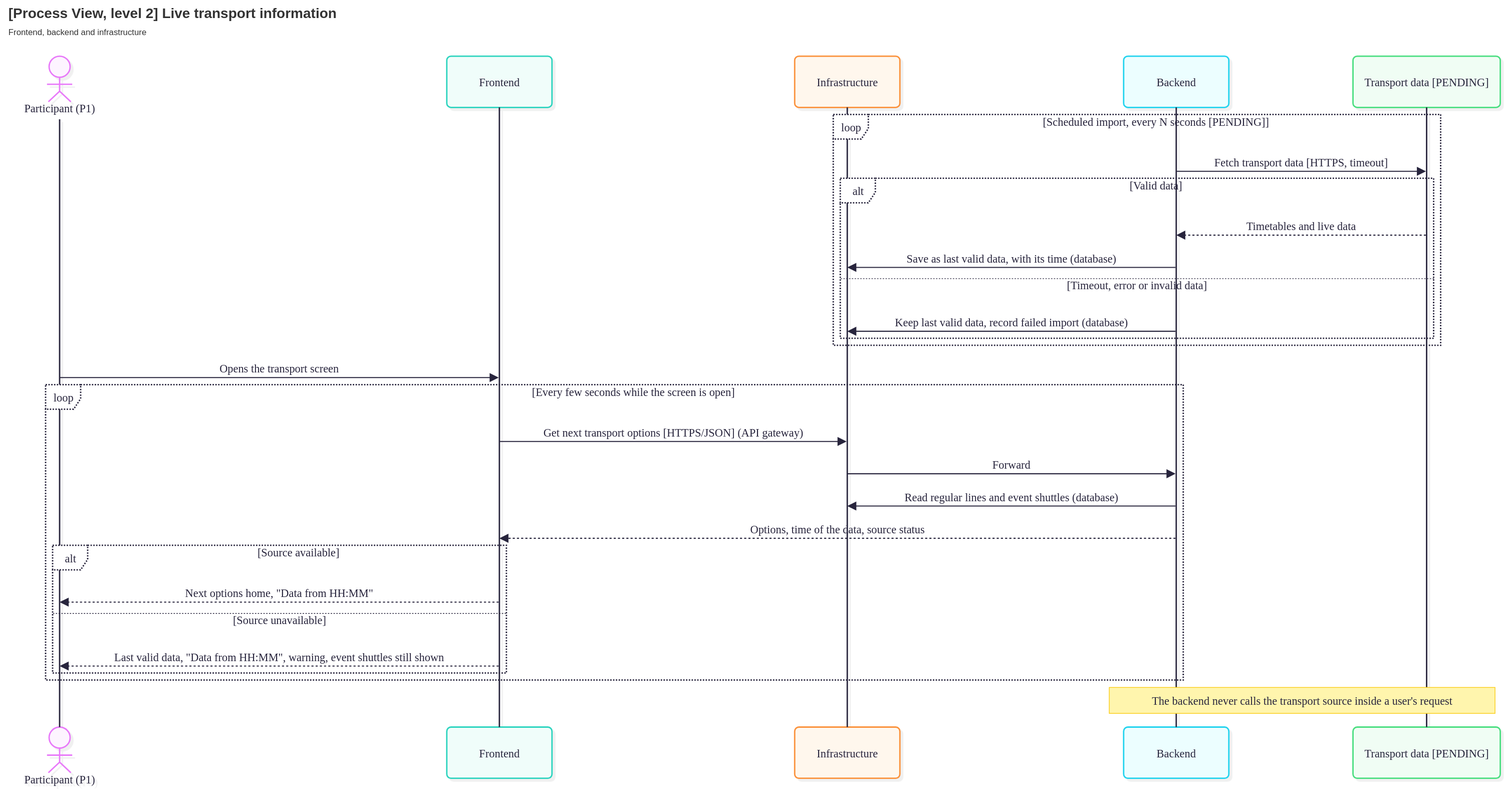
tomasoliveira21/LABDSOF keeps this draw.io diagram as Docs/Technical/diagrams/process-view-level-2-transports.drawio.svg. Above is the earlier version. Source tidied: cells renumbered, new cells last; positions are measured from the earlier drawing's top-left corner, leaving out a move shared by most shapes.
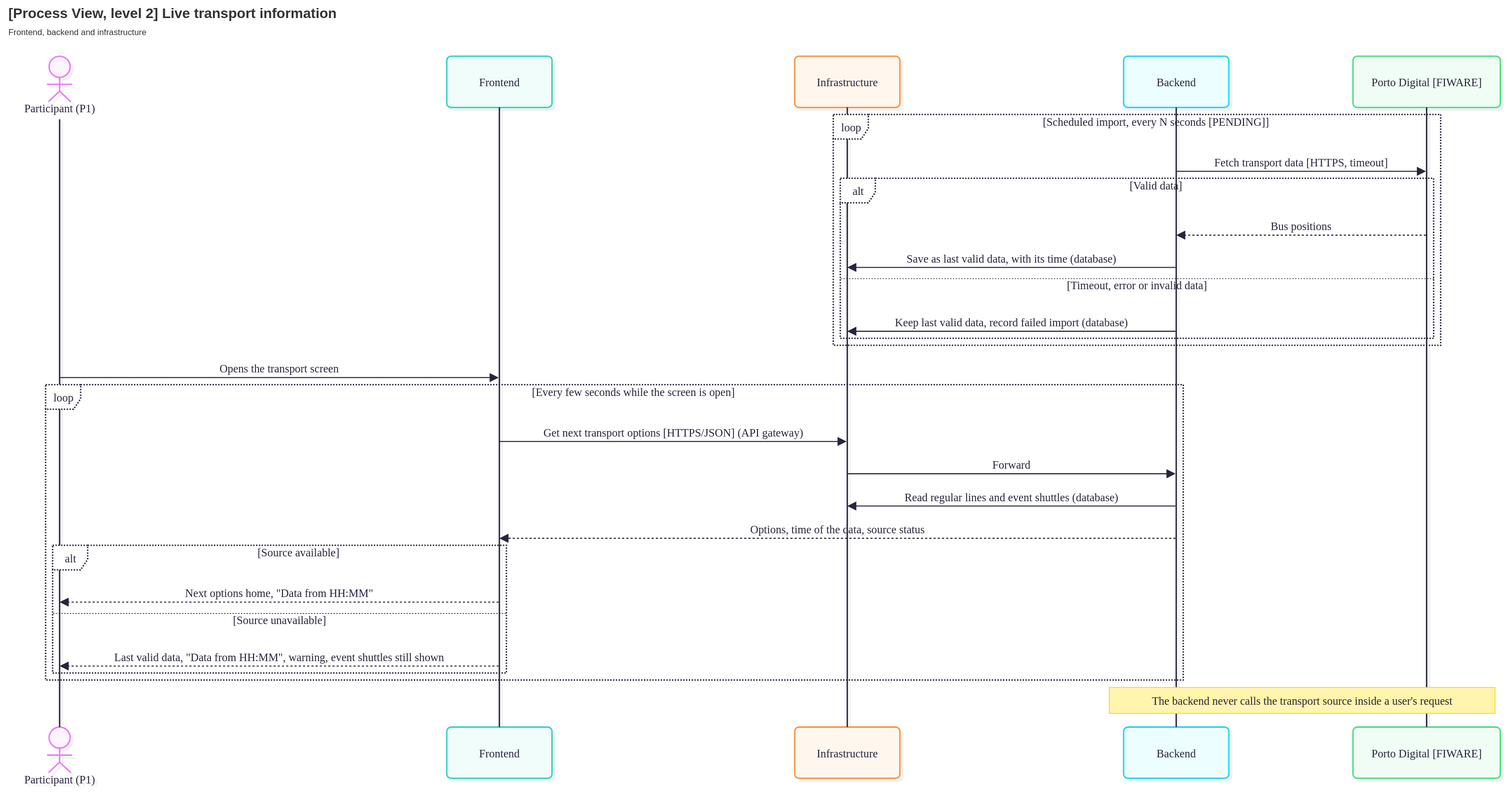
The same diagram one commit later.

The edit, as a diff of the source:
```diff
@@ -17,7 +17,7 @@
     <mxCell id="6" value="Backend" style="html=1;shape=umlLifeline;perimeter=lifelinePerimeter;whiteSpace=wrap;outlineConnect=0;portConstraint=eastwest;newEdgeStyle={&quot;edgeStyle&quot;:&quot;sequenceEdgeStyle&quot;,&quot;libavoidRouting&quot;:0,&quot;curved&quot;:0,&quot;rounded&quot;:0};lifelineDashed=0;strokeWidth=2;rounded=1;absoluteArcSize=1;arcSize=12;lifelineColor=#28253D;fillColor=#ECFEFF;strokeColor=#22D3EE;fontColor=#28253D;size=73;lifelineMirror=1;fontFamily=Recursive;fontSize=16;shadow=1;shadowColor=#000000;shadowOffsetX=4;shadowOffsetY=4;shadowBlur=0;shadowOpacity=6;fontSource=https%3A%2F%2Ffonts.googleapis.com%2Fcss%3Ffamily%3DRecursive;" parent="2" vertex="1">
       <mxGeometry x="1592" width="150" height="1029" as="geometry" />
     </mxCell>
-    <mxCell id="7" value="Transport data [PENDING]" style="html=1;shape=umlLifeline;perimeter=lifelinePerimeter;whiteSpace=wrap;outlineConnect=0;portConstraint=eastwest;newEdgeStyle={&quot;edgeStyle&quot;:&quot;sequenceEdgeStyle&quot;,&quot;libavoidRouting&quot;:0,&quot;curved&quot;:0,&quot;rounded&quot;:0};lifelineDashed=0;strokeWidth=2;rounded=1;absoluteArcSize=1;arcSize=12;lifelineColor=#28253D;fillColor=#F0FDF4;strokeColor=#4ADE80;fontColor=#28253D;size=73;lifelineMirror=1;fontFamily=Recursive;fontSize=16;shadow=1;shadowColor=#000000;shadowOffsetX=4;shadowOffsetY=4;shadowBlur=0;shadowOpacity=6;fontSource=https%3A%2F%2Ffonts.googleapis.com%2Fcss%3Ffamily%3DRecursive;" parent="2" vertex="1">
+    <mxCell id="7" value="Porto Digital [FIWARE]" style="html=1;shape=umlLifeline;perimeter=lifelinePerimeter;whiteSpace=wrap;outlineConnect=0;portConstraint=eastwest;newEdgeStyle={&quot;edgeStyle&quot;:&quot;sequenceEdgeStyle&quot;,&quot;libavoidRouting&quot;:0,&quot;curved&quot;:0,&quot;rounded&quot;:0};lifelineDashed=0;strokeWidth=2;rounded=1;absoluteArcSize=1;arcSize=12;lifelineColor=#28253D;fillColor=#F0FDF4;strokeColor=#4ADE80;fontColor=#28253D;size=73;lifelineMirror=1;fontFamily=Recursive;fontSize=16;shadow=1;shadowColor=#000000;shadowOffsetX=4;shadowOffsetY=4;shadowBlur=0;shadowOpacity=6;fontSource=https%3A%2F%2Ffonts.googleapis.com%2Fcss%3Ffamily%3DRecursive;" parent="2" vertex="1">
       <mxGeometry x="1919" width="210" height="1029" as="geometry" />
     </mxCell>
     <mxCell id="8" value="loop" style="html=1;shape=umlFrame;dashed=1;fixDash=1;dashPattern=2 2;strokeWidth=2;fillColor=#ffffff;strokeColor=#28253D;fontSize=16;align=center;verticalAlign=middle;fontFamily=Recursive;fontColor=#28253D;height=35;width=50;fontSource=https%3A%2F%2Ffonts.googleapis.com%2Fcss%3Ffamily%3DRecursive;" parent="2" vertex="1">
@@ -63,7 +63,7 @@
         </Array>
       </mxGeometry>
     </mxCell>
-    <mxCell id="21" value="Timetables and live data" style="dashed=1;fixDash=1;dashPattern=3 3;endArrow=block;endSize=9;verticalAlign=bottom;spacingBottom=2;edgeStyle=sequenceEdgeStyle;libavoidRouting=0;curved=0;rounded=0;fontSize=16;labelBackgroundColor=none;strokeWidth=1.5;strokeColor=#28253D;fontColor=#28253D;fontFamily=Recursive;fontSource=https%3A%2F%2Ffonts.googleapis.com%2Fcss%3Ffamily%3DRecursive;" parent="2" edge="1" source="7" target="6">
+    <mxCell id="21" value="Bus positions" style="dashed=1;fixDash=1;dashPattern=3 3;endArrow=block;endSize=9;verticalAlign=bottom;spacingBottom=2;edgeStyle=sequenceEdgeStyle;libavoidRouting=0;curved=0;rounded=0;fontSize=16;labelBackgroundColor=none;strokeWidth=1.5;strokeColor=#28253D;fontColor=#28253D;fontFamily=Recursive;fontSource=https%3A%2F%2Ffonts.googleapis.com%2Fcss%3Ffamily%3DRecursive;" parent="2" edge="1" source="7" target="6">
       <mxGeometry relative="1" as="geometry">
         <Array as="points">
           <mxPoint x="1846" y="255" />
```
